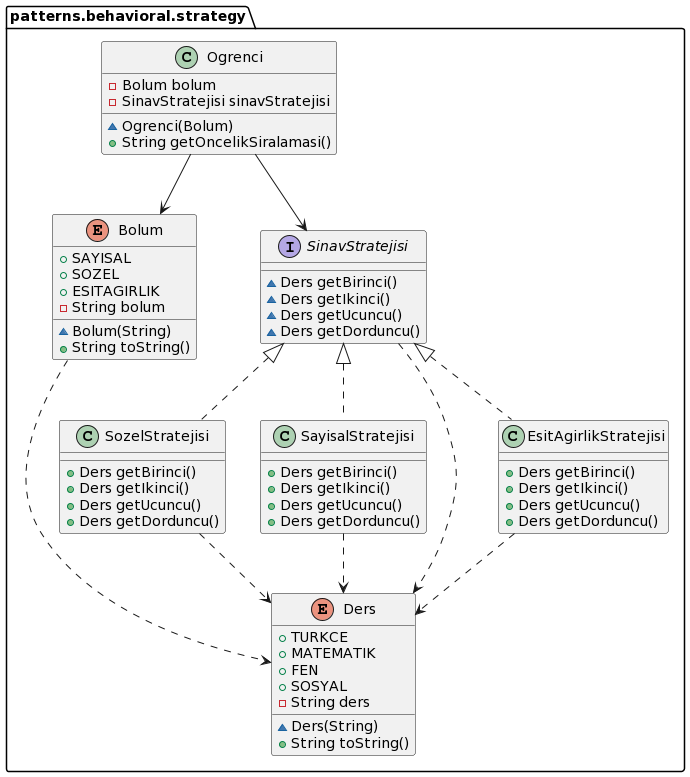
Earlier version of the PlantUML export umls/behavioral/StrategyUML.png (MertBaran/Design-Patterns). Its diagram source:
```plantuml
@startuml
enum patterns.behavioral.strategy.Bolum {
+  SAYISAL
+  SOZEL
+  ESITAGIRLIK
- String bolum
~ Bolum(String)
+ String toString()
}
class patterns.behavioral.strategy.Ogrenci {
- Bolum bolum
- SinavStratejisi sinavStratejisi
~ Ogrenci(Bolum)
+ String getOncelikSiralamasi()
}
class patterns.behavioral.strategy.SozelStratejisi {
+ Ders getBirinci()
+ Ders getIkinci()
+ Ders getUcuncu()
+ Ders getDorduncu()
}
interface patterns.behavioral.strategy.SinavStratejisi {
~ Ders getBirinci()
~ Ders getIkinci()
~ Ders getUcuncu()
~ Ders getDorduncu()
}
class patterns.behavioral.strategy.SayisalStratejisi {
+ Ders getBirinci()
+ Ders getIkinci()
+ Ders getUcuncu()
+ Ders getDorduncu()
}
enum patterns.behavioral.strategy.Ders {
+  TURKCE
+  MATEMATIK
+  FEN
+  SOSYAL
- String ders
~ Ders(String)
+ String toString()
}
class patterns.behavioral.strategy.EsitAgirlikStratejisi {
+ Ders getBirinci()
+ Ders getIkinci()
+ Ders getUcuncu()
+ Ders getDorduncu()
}

patterns.behavioral.strategy.SinavStratejisi ..> patterns.behavioral.strategy.Ders
patterns.behavioral.strategy.SayisalStratejisi ..> patterns.behavioral.strategy.Ders
patterns.behavioral.strategy.EsitAgirlikStratejisi ..> patterns.behavioral.strategy.Ders
patterns.behavioral.strategy.SozelStratejisi ..> patterns.behavioral.strategy.Ders
patterns.behavioral.strategy.Bolum ..> patterns.behavioral.strategy.Ders
patterns.behavioral.strategy.Ogrenci --> patterns.behavioral.strategy.Bolum
patterns.behavioral.strategy.Ogrenci --> patterns.behavioral.strategy.SinavStratejisi
patterns.behavioral.strategy.SinavStratejisi <|.. patterns.behavioral.strategy.SozelStratejisi
patterns.behavioral.strategy.SinavStratejisi <|.. patterns.behavioral.strategy.SayisalStratejisi
patterns.behavioral.strategy.SinavStratejisi <|.. patterns.behavioral.strategy.EsitAgirlikStratejisi
@enduml
```
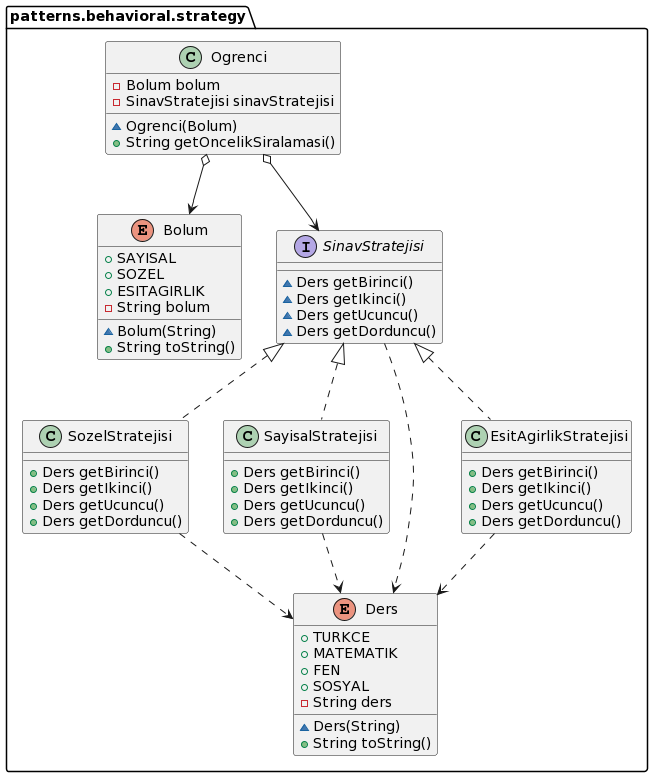
After the commit.

What changed in the source:
```diff
@@ -51,9 +51,8 @@
 patterns.behavioral.strategy.SayisalStratejisi ..> patterns.behavioral.strategy.Ders
 patterns.behavioral.strategy.EsitAgirlikStratejisi ..> patterns.behavioral.strategy.Ders
 patterns.behavioral.strategy.SozelStratejisi ..> patterns.behavioral.strategy.Ders
-patterns.behavioral.strategy.Bolum ..> patterns.behavioral.strategy.Ders
-patterns.behavioral.strategy.Ogrenci --> patterns.behavioral.strategy.Bolum
-patterns.behavioral.strategy.Ogrenci --> patterns.behavioral.strategy.SinavStratejisi
+patterns.behavioral.strategy.Ogrenci o--> patterns.behavioral.strategy.Bolum
+patterns.behavioral.strategy.Ogrenci o--> patterns.behavioral.strategy.SinavStratejisi
 patterns.behavioral.strategy.SinavStratejisi <|.. patterns.behavioral.strategy.SozelStratejisi
 patterns.behavioral.strategy.SinavStratejisi <|.. patterns.behavioral.strategy.SayisalStratejisi
 patterns.behavioral.strategy.SinavStratejisi <|.. patterns.behavioral.strategy.EsitAgirlikStratejisi
```
